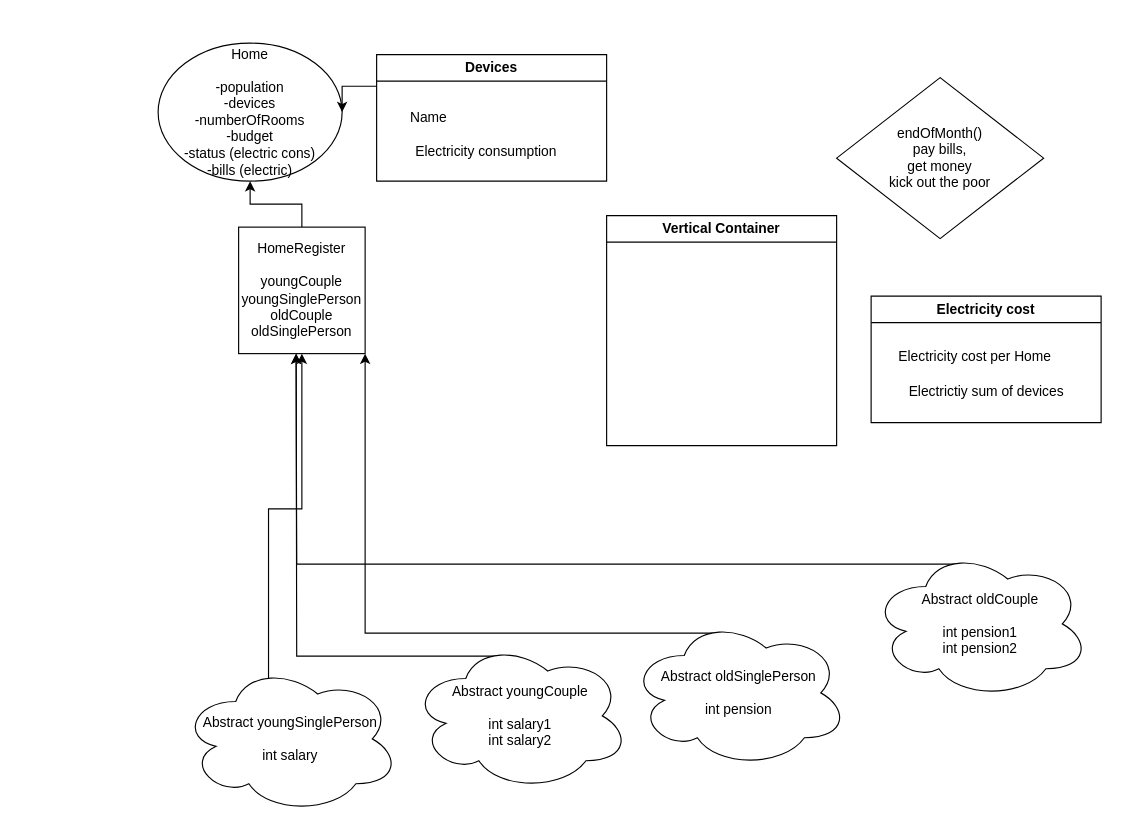
N30nWra1th/Calculator-project keeps this draw.io diagram as Sovietville Plan.drawio. Above is the earlier version. Source tidied: cells renumbered, new cells numbered last; positions are measured from the earlier drawing's top-left corner, leaving out a move shared by most shapes. Both pictures are drawn from the tidied source at 115%, with x=0, y=0 at pixel (158, 43).
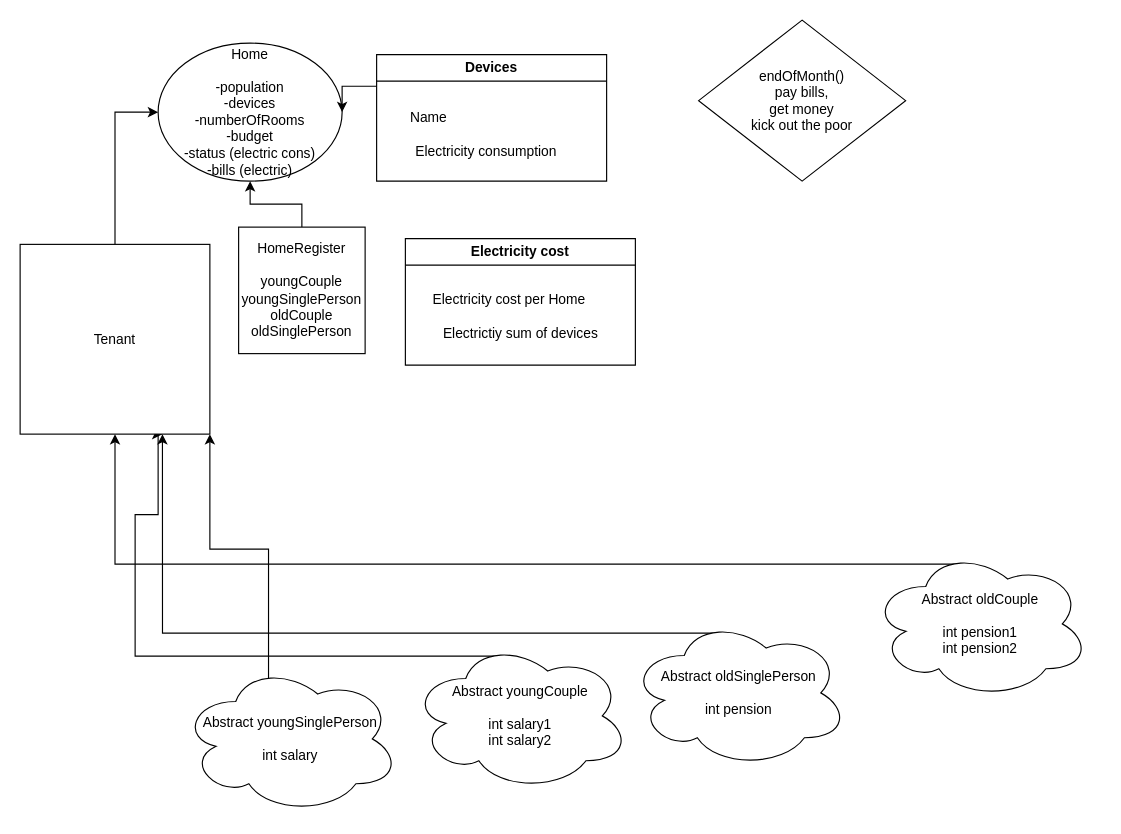
After the change.

The change refers to these unchanged cells:
```xml
<mxCell id="3" value="HomeRegister&lt;br&gt;&lt;br&gt;youngCouple&lt;br&gt;youngSinglePerson&lt;br&gt;oldCouple&lt;br&gt;oldSinglePerson" style="whiteSpace=wrap;html=1;" parent="1" vertex="1">
  <mxGeometry x="70" y="160" width="110" height="110" as="geometry" />
</mxCell>
<mxCell id="4" value="Home&lt;br&gt;&lt;br&gt;-population&lt;br&gt;-devices&lt;br&gt;-numberOfRooms&lt;br&gt;-budget&lt;br&gt;-status (electric cons)&lt;br&gt;-bills (electric)" style="ellipse;whiteSpace=wrap;html=1;" parent="1" vertex="1">
  <mxGeometry width="160" height="120" as="geometry" />
</mxCell>
<mxCell id="15" value="Abstract youngSinglePerson&lt;br&gt;&lt;br&gt;int salary" style="ellipse;shape=cloud;whiteSpace=wrap;html=1;" parent="1" vertex="1">
  <mxGeometry x="20" y="540" width="190" height="130" as="geometry" />
</mxCell>
<mxCell id="17" value="Abstract youngCouple&lt;br&gt;&lt;br&gt;int salary1&lt;br&gt;int salary2" style="ellipse;shape=cloud;whiteSpace=wrap;html=1;" parent="1" vertex="1">
  <mxGeometry x="220" y="520" width="190" height="130" as="geometry" />
</mxCell>
<mxCell id="19" value="Abstract oldSinglePerson&lt;br&gt;&lt;br&gt;int pension" style="ellipse;shape=cloud;whiteSpace=wrap;html=1;" parent="1" vertex="1">
  <mxGeometry x="410" y="500" width="190" height="130" as="geometry" />
</mxCell>
<mxCell id="21" value="Abstract oldCouple&lt;br&gt;&lt;br&gt;int pension1&lt;br&gt;int pension2" style="ellipse;shape=cloud;whiteSpace=wrap;html=1;" parent="1" vertex="1">
  <mxGeometry x="620" y="440" width="190" height="130" as="geometry" />
</mxCell>
```

Diff of the diagram source:
```diff
@@
-    <mxCell id="9" value="Vertical Container" style="swimlane;whiteSpace=wrap;html=1;" parent="1" vertex="1">
-      <mxGeometry x="390" y="150" width="200" height="200" as="geometry" />
-    </mxCell>
     <mxCell id="10" value="Electricity cost" style="swimlane;whiteSpace=wrap;html=1;startSize=23;" parent="1" vertex="1">
-      <mxGeometry x="620" y="220" width="200" height="110" as="geometry" />
+      <mxGeometry x="215" y="170" width="200" height="110" as="geometry" />
     </mxCell>
@@
     <mxCell id="13" value="endOfMonth()&lt;br&gt;pay bills,&lt;br&gt;get money&lt;br&gt;kick out the poor" style="rhombus;whiteSpace=wrap;html=1;" parent="1" vertex="1">
-      <mxGeometry x="590" y="30" width="180" height="140" as="geometry" />
+      <mxGeometry x="470" y="-20" width="180" height="140" as="geometry" />
     </mxCell>
-    <mxCell id="14" style="edgeStyle=orthogonalEdgeStyle;rounded=0;jettySize=auto;html=1;exitX=0.4;exitY=0.1;exitDx=0;exitDy=0;exitPerimeter=0;entryX=0.5;entryY=1;entryDx=0;entryDy=0;" parent="1" edge="1" source="15" target="3">
+    <mxCell id="14" style="edgeStyle=orthogonalEdgeStyle;rounded=0;jettySize=auto;html=1;exitX=0.4;exitY=0.1;exitDx=0;exitDy=0;exitPerimeter=0;entryX=1;entryY=1;entryDx=0;entryDy=0;" parent="1" edge="1" source="15" target="23">
       <mxGeometry relative="1" as="geometry" />
     </mxCell>
@@
-    <mxCell id="16" style="edgeStyle=orthogonalEdgeStyle;rounded=0;jettySize=auto;html=1;exitX=0.4;exitY=0.1;exitDx=0;exitDy=0;exitPerimeter=0;" parent="1" edge="1" source="17">
+    <mxCell id="16" style="edgeStyle=orthogonalEdgeStyle;rounded=0;jettySize=auto;html=1;exitX=0.4;exitY=0.1;exitDx=0;exitDy=0;exitPerimeter=0;entryX=0.75;entryY=1;entryDx=0;entryDy=0;" parent="1" edge="1" source="17" target="23">
       <mxGeometry relative="1" as="geometry">
-        <mxPoint x="120" y="270" as="targetPoint" />
+        <Array as="points">
+          <mxPoint x="-20" y="533" />
+          <mxPoint x="-20" y="410" />
+          <mxPoint y="410" />
+          <mxPoint y="340" />
+        </Array>
       </mxGeometry>
     </mxCell>
@@
-    <mxCell id="18" style="edgeStyle=orthogonalEdgeStyle;rounded=0;jettySize=auto;html=1;exitX=0.4;exitY=0.1;exitDx=0;exitDy=0;exitPerimeter=0;entryX=1;entryY=1;entryDx=0;entryDy=0;" parent="1" edge="1" source="19" target="3">
+    <mxCell id="18" style="edgeStyle=orthogonalEdgeStyle;rounded=0;jettySize=auto;html=1;exitX=0.4;exitY=0.1;exitDx=0;exitDy=0;exitPerimeter=0;entryX=0.75;entryY=1;entryDx=0;entryDy=0;" parent="1" edge="1" source="19" target="23">
       <mxGeometry relative="1" as="geometry" />
     </mxCell>
@@
-    <mxCell id="20" style="edgeStyle=orthogonalEdgeStyle;rounded=0;jettySize=auto;html=1;exitX=0.4;exitY=0.1;exitDx=0;exitDy=0;exitPerimeter=0;" parent="1" edge="1" source="21">
-      <mxGeometry relative="1" as="geometry">
-        <mxPoint x="120" y="270" as="targetPoint" />
-      </mxGeometry>
+    <mxCell id="20" style="edgeStyle=orthogonalEdgeStyle;rounded=0;jettySize=auto;html=1;exitX=0.4;exitY=0.1;exitDx=0;exitDy=0;exitPerimeter=0;entryX=0.5;entryY=1;entryDx=0;entryDy=0;" parent="1" edge="1" source="21" target="23">
+      <mxGeometry relative="1" as="geometry" />
     </mxCell>
@@
+    <mxCell id="22" style="edgeStyle=orthogonalEdgeStyle;rounded=0;jettySize=auto;html=1;exitX=0.5;exitY=0;exitDx=0;exitDy=0;entryX=0;entryY=0.5;entryDx=0;entryDy=0;" parent="1" edge="1" source="23" target="4">
+      <mxGeometry relative="1" as="geometry" />
+    </mxCell>
+    <mxCell id="23" value="Tenant" style="whiteSpace=wrap;html=1;" parent="1" vertex="1">
+      <mxGeometry x="-120" y="175" width="165" height="165" as="geometry" />
+    </mxCell>
```
